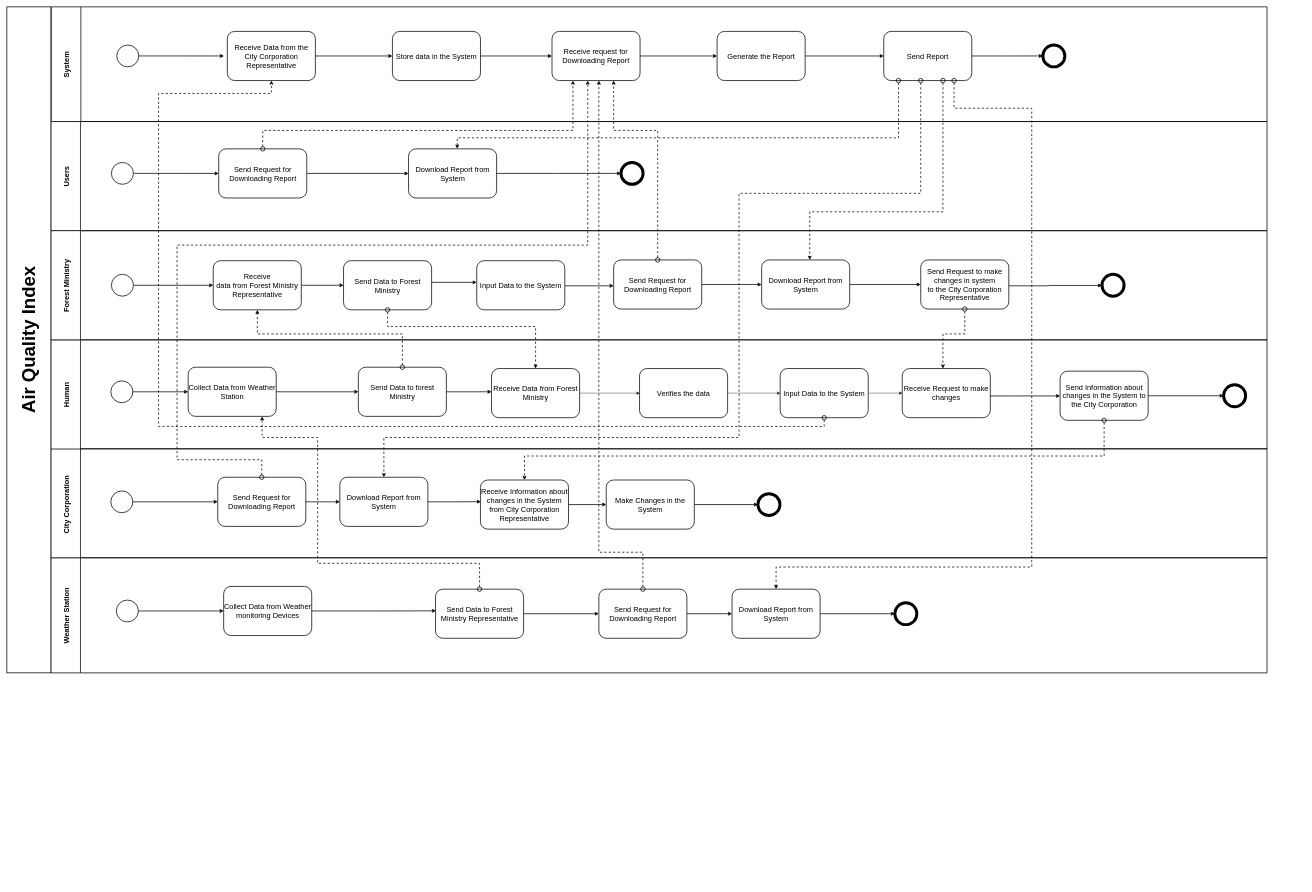
Before: BPMN_AS-IS.drawio in zorojuro75/CSE303-sec-03-Group-03, a draw.io diagram. Source tidied: cells renumbered, new cells numbered last; positions are measured from the earlier drawing's top-left corner, leaving out a move shared by most shapes. Both pictures are drawn from the tidied source at 37%, with x=0, y=0 at pixel (7, 7).
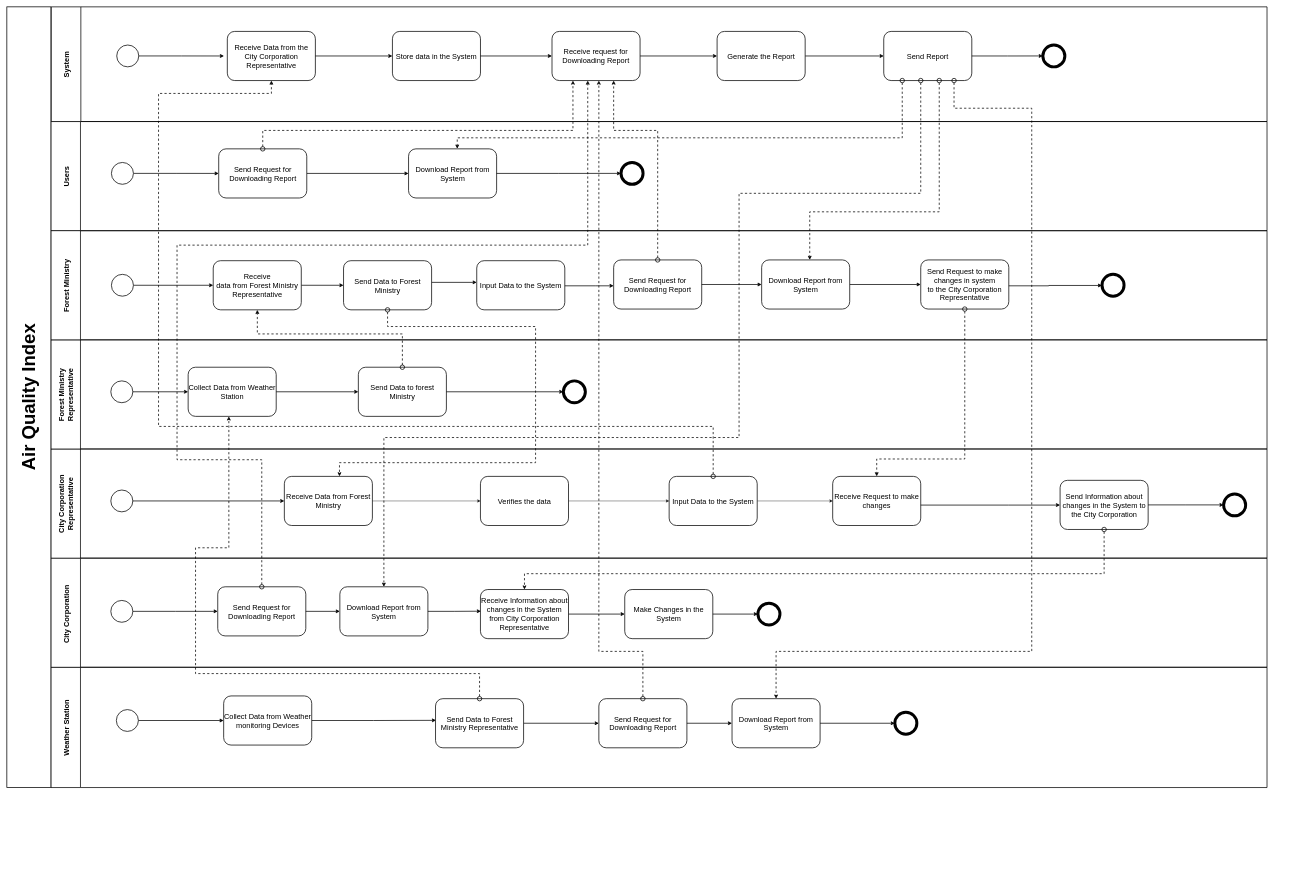
Above is the later version.

Unchanged cells that the change refers to:
```xml
<mxCell id="2" style="group;horizontal=0;" parent="1" vertex="1">
  <mxGeometry y="10" width="3510" height="2360" as="geometry" />
</mxCell>
<mxCell id="7" value="&lt;span style=&quot;font-size: 20px;&quot;&gt;Download Report from System&lt;/span&gt;" style="rounded=1;whiteSpace=wrap;html=1;strokeWidth=2;" parent="3" vertex="1">
  <mxGeometry x="966.7" y="73.8" width="238" height="132.8" as="geometry" />
</mxCell>
<mxCell id="11" style="group;strokeWidth=2;" parent="2" vertex="1">
  <mxGeometry x="119" y="595" width="3391" height="1770" as="geometry" />
</mxCell>
<mxCell id="13" style="group;strokeWidth=2;" parent="12" vertex="1">
  <mxGeometry width="3331.5" height="1475" as="geometry" />
</mxCell>
<mxCell id="20" value="&lt;font style=&quot;font-size: 20px;&quot;&gt;Send Data to Forest Ministry Representative&lt;/font&gt;" style="rounded=1;whiteSpace=wrap;html=1;strokeWidth=2;" parent="14" vertex="1">
  <mxGeometry x="1039.6" y="84.8" width="238" height="132.8" as="geometry" />
</mxCell>
<mxCell id="21" value="&lt;font style=&quot;font-size: 20px;&quot;&gt;Download Report from System&lt;/font&gt;" style="rounded=1;whiteSpace=wrap;html=1;strokeWidth=2;" parent="14" vertex="1">
  <mxGeometry x="1841" y="84.8" width="238" height="132.8" as="geometry" />
</mxCell>
<mxCell id="23" value="&lt;font style=&quot;font-size: 20px;&quot;&gt;Send Request for Downloading Report&lt;/font&gt;" style="rounded=1;whiteSpace=wrap;html=1;strokeWidth=2;" parent="14" vertex="1">
  <mxGeometry x="1481" y="84.8" width="238" height="132.8" as="geometry" />
</mxCell>
<mxCell id="32" value="&lt;font style=&quot;font-size: 20px;&quot;&gt;Receive Information about changes in the System from City Corporation Representative&lt;/font&gt;" style="rounded=1;whiteSpace=wrap;html=1;strokeWidth=2;" parent="26" vertex="1">
  <mxGeometry x="1161" y="84.8" width="238" height="132.8" as="geometry" />
</mxCell>
<mxCell id="39" style="strokeWidth=2;html=1;shape=mxgraph.flowchart.start_2;whiteSpace=wrap;" parent="38" vertex="1">
  <mxGeometry x="162" y="110.9" width="59.5" height="59" as="geometry" />
</mxCell>
<mxCell id="46" value="&lt;font style=&quot;font-size: 20px;&quot;&gt;Send Information about changes in the System to the City Corporation&lt;/font&gt;" style="rounded=1;whiteSpace=wrap;html=1;strokeWidth=2;" parent="38" vertex="1">
  <mxGeometry x="2727.6" y="84.7" width="238" height="132.8" as="geometry" />
</mxCell>
<mxCell id="63" value="&lt;font style=&quot;font-size: 20px;&quot;&gt;Send Data to Forest Ministry&lt;/font&gt;" style="rounded=1;whiteSpace=wrap;html=1;strokeWidth=2;" parent="58" vertex="1">
  <mxGeometry x="791" y="81.1" width="238" height="132.8" as="geometry" />
</mxCell>
<mxCell id="65" value="&lt;span style=&quot;font-size: 20px;&quot;&gt;Receive&lt;br&gt;data from Forest Ministry Representative&lt;/span&gt;" style="rounded=1;whiteSpace=wrap;html=1;strokeWidth=2;" parent="58" vertex="1">
  <mxGeometry x="438.8" y="81.1" width="238" height="132.8" as="geometry" />
</mxCell>
<mxCell id="67" value="&lt;font style=&quot;font-size: 20px;&quot;&gt;Download Report from System&lt;/font&gt;" style="rounded=1;whiteSpace=wrap;html=1;strokeWidth=2;" parent="58" vertex="1">
  <mxGeometry x="1921" y="79" width="238" height="132.8" as="geometry" />
</mxCell>
<mxCell id="71" value="&lt;font style=&quot;font-size: 20px;&quot;&gt;Send Request to make changes in system &lt;br&gt;to the City Corporation Representative&lt;/font&gt;" style="rounded=1;whiteSpace=wrap;html=1;strokeWidth=2;" parent="58" vertex="1">
  <mxGeometry x="2351" y="79" width="238" height="132.8" as="geometry" />
</mxCell>
<mxCell id="81" value="&lt;font style=&quot;font-size: 20px;&quot;&gt;Receive Data from the City Corporation Representative&lt;/font&gt;" style="rounded=1;whiteSpace=wrap;html=1;strokeWidth=2;" parent="77" vertex="1">
  <mxGeometry x="475.9" y="66.4" width="238" height="132.8" as="geometry" />
</mxCell>
<mxCell id="84" value="&lt;font style=&quot;font-size: 20px;&quot;&gt;Receive request for Downloading Report&lt;/font&gt;" style="rounded=1;whiteSpace=wrap;html=1;strokeWidth=2;" parent="77" vertex="1">
  <mxGeometry x="1353.4" y="66.4" width="238" height="132.8" as="geometry" />
</mxCell>
<mxCell id="89" value="&lt;span style=&quot;font-size: 20px;&quot;&gt;Send Report&lt;/span&gt;" style="rounded=1;whiteSpace=wrap;html=1;strokeWidth=2;" parent="77" vertex="1">
  <mxGeometry x="2250" y="66.4" width="238" height="132.8" as="geometry" />
</mxCell>
```

What changed in the source:
```diff
@@
     <mxCell id="14" value="Weather Station" style="swimlane;horizontal=0;startSize=80;fillStyle=solid;strokeWidth=2;fontSize=20;fontStyle=1;" parent="13" vertex="1">
-      <mxGeometry y="589" width="3286.9" height="311" as="geometry" />
+      <mxGeometry y="885" width="3286.9" height="325" as="geometry" />
     </mxCell>
@@
     <mxCell id="26" value="City Corporation " style="swimlane;horizontal=0;startSize=80;strokeWidth=2;fontSize=20;" parent="13" vertex="1">
-      <mxGeometry y="294" width="3286.9" height="295" as="geometry" />
+      <mxGeometry y="590" width="3286.9" height="295" as="geometry" />
     </mxCell>
@@
     <mxCell id="34" value="&lt;font style=&quot;font-size: 20px;&quot;&gt;Make Changes in the System&lt;/font&gt;" style="rounded=1;whiteSpace=wrap;html=1;strokeWidth=2;" parent="26" vertex="1">
-      <mxGeometry x="1501" y="84.8" width="238" height="132.8" as="geometry" />
+      <mxGeometry x="1551" y="84.8" width="238" height="132.8" as="geometry" />
     </mxCell>
@@
-    <mxCell id="38" value="Human" style="swimlane;horizontal=0;startSize=80;strokeWidth=2;fontSize=20;" parent="13" vertex="1">
-      <mxGeometry width="3286.9" height="295" as="geometry" />
+    <mxCell id="38" value="City Corporation&#10;Representative" style="swimlane;horizontal=0;startSize=80;strokeWidth=2;fontSize=20;" parent="13" vertex="1">
+      <mxGeometry y="295" width="3286.9" height="295" as="geometry" />
     </mxCell>
@@
-    <mxCell id="40" style="edgeStyle=orthogonalEdgeStyle;rounded=0;jettySize=auto;html=1;entryX=0;entryY=0.5;entryDx=0;entryDy=0;strokeWidth=2;" parent="38" edge="1" source="39" target="41">
+    <mxCell id="40" style="edgeStyle=orthogonalEdgeStyle;rounded=0;jettySize=auto;html=1;strokeWidth=2;" parent="38" edge="1" source="39" target="50">
       <mxGeometry relative="1" as="geometry" />
     </mxCell>
-    <mxCell id="41" value="&lt;font style=&quot;font-size: 20px;&quot;&gt;Collect Data from Weather Station&lt;/font&gt;" style="rounded=1;whiteSpace=wrap;html=1;strokeWidth=2;" parent="38" vertex="1">
-      <mxGeometry x="371" y="74" width="238" height="132.8" as="geometry" />
-    </mxCell>
-    <mxCell id="42" style="edgeStyle=orthogonalEdgeStyle;rounded=0;jettySize=auto;html=1;strokeWidth=2;" parent="38" edge="1" source="41" target="43">
-      <mxGeometry relative="1" as="geometry" />
-    </mxCell>
-    <mxCell id="43" value="&lt;font style=&quot;font-size: 20px;&quot;&gt;Send Data to forest Ministry&lt;/font&gt;" style="rounded=1;whiteSpace=wrap;html=1;strokeWidth=2;" parent="38" vertex="1">
-      <mxGeometry x="831" y="74" width="238" height="132.8" as="geometry" />
-    </mxCell>
     <mxCell id="44" value="&lt;font style=&quot;font-size: 20px;&quot;&gt;Receive Request to make changes&lt;/font&gt;" style="rounded=1;whiteSpace=wrap;html=1;strokeWidth=2;" parent="38" vertex="1">
-      <mxGeometry x="2301" y="77.6" width="238" height="132.8" as="geometry" />
+      <mxGeometry x="2113" y="74" width="238" height="132.8" as="geometry" />
     </mxCell>
-    <mxCell id="45" style="edgeStyle=orthogonalEdgeStyle;rounded=0;jettySize=auto;html=1;strokeWidth=2;" parent="38" edge="1" source="43" target="50">
-      <mxGeometry relative="1" as="geometry">
-        <Array as="points">
-          <mxPoint x="1361" y="154" />
-          <mxPoint x="1361" y="200" />
-        </Array>
-      </mxGeometry>
-    </mxCell>
@@
     <mxCell id="50" value="&lt;span style=&quot;font-size: 20px;&quot;&gt;Receive Data from Forest Ministry&lt;/span&gt;" style="rounded=1;whiteSpace=wrap;html=1;strokeWidth=2;" parent="38" vertex="1">
-      <mxGeometry x="1191" y="77.6" width="238" height="132.8" as="geometry" />
+      <mxGeometry x="631" y="74" width="238" height="132.8" as="geometry" />
     </mxCell>
@@
     <mxCell id="52" value="&lt;span style=&quot;font-size: 20px;&quot;&gt;Verifies the data&lt;/span&gt;" style="rounded=1;whiteSpace=wrap;html=1;strokeWidth=2;" parent="38" vertex="1">
-      <mxGeometry x="1591" y="77.6" width="238" height="132.8" as="geometry" />
+      <mxGeometry x="1161" y="74" width="238" height="132.8" as="geometry" />
     </mxCell>
@@
     <mxCell id="55" value="&lt;span style=&quot;font-size: 20px;&quot;&gt;Input Data to the System&lt;/span&gt;" style="rounded=1;whiteSpace=wrap;html=1;strokeWidth=2;" parent="38" vertex="1">
-      <mxGeometry x="1971" y="77.6" width="238" height="132.8" as="geometry" />
+      <mxGeometry x="1671" y="74" width="238" height="132.8" as="geometry" />
     </mxCell>
     <mxCell id="56" style="edgeStyle=orthogonalEdgeStyle;rounded=0;jettySize=auto;html=1;dashed=1;startArrow=oval;startFill=0;endArrow=classic;endFill=1;strokeWidth=2;startSize=12;" parent="13" edge="1" source="20" target="41">
       <mxGeometry relative="1" as="geometry">
         <Array as="points">
-          <mxPoint x="1159" y="604" />
-          <mxPoint x="721" y="604" />
-          <mxPoint x="721" y="264" />
-          <mxPoint x="571" y="264" />
+          <mxPoint x="1159" y="902" />
+          <mxPoint x="391" y="902" />
+          <mxPoint x="391" y="562" />
+          <mxPoint x="481" y="562" />
         </Array>
       </mxGeometry>
     </mxCell>
     <mxCell id="57" style="edgeStyle=orthogonalEdgeStyle;rounded=0;jettySize=auto;html=1;exitX=0.5;exitY=1;exitDx=0;exitDy=0;dashed=1;startArrow=oval;startFill=0;startSize=12;sourcePerimeterSpacing=0;strokeWidth=2;" parent="13" edge="1" source="46" target="32">
       <mxGeometry relative="1" as="geometry">
         <Array as="points">
-          <mxPoint x="2847" y="314" />
-          <mxPoint x="1280" y="314" />
+          <mxPoint x="2846" y="632" />
+          <mxPoint x="1280" y="632" />
         </Array>
       </mxGeometry>
     </mxCell>
+    <mxCell id="101" value="Forest Ministry&#10;Representative" style="swimlane;horizontal=0;startSize=80;strokeWidth=2;fontSize=20;" parent="13" vertex="1">
+      <mxGeometry width="3286.9" height="295" as="geometry" />
+    </mxCell>
+    <mxCell id="102" style="strokeWidth=2;html=1;shape=mxgraph.flowchart.start_2;whiteSpace=wrap;" parent="101" vertex="1">
+      <mxGeometry x="162" y="110.9" width="59.5" height="59" as="geometry" />
+    </mxCell>
+    <mxCell id="103" style="edgeStyle=orthogonalEdgeStyle;rounded=0;jettySize=auto;html=1;entryX=0;entryY=0.5;entryDx=0;entryDy=0;strokeWidth=2;" parent="101" edge="1" source="102" target="41">
+      <mxGeometry relative="1" as="geometry" />
+    </mxCell>
+    <mxCell id="41" value="&lt;font style=&quot;font-size: 20px;&quot;&gt;Collect Data from Weather Station&lt;/font&gt;" style="rounded=1;whiteSpace=wrap;html=1;strokeWidth=2;" parent="101" vertex="1">
+      <mxGeometry x="371" y="74" width="238" height="132.8" as="geometry" />
+    </mxCell>
+    <mxCell id="42" style="edgeStyle=orthogonalEdgeStyle;rounded=0;jettySize=auto;html=1;strokeWidth=2;" parent="101" edge="1" source="41" target="43">
+      <mxGeometry relative="1" as="geometry" />
+    </mxCell>
+    <mxCell id="43" value="&lt;font style=&quot;font-size: 20px;&quot;&gt;Send Data to forest Ministry&lt;/font&gt;" style="rounded=1;whiteSpace=wrap;html=1;strokeWidth=2;" parent="101" vertex="1">
+      <mxGeometry x="831" y="74" width="238" height="132.8" as="geometry" />
+    </mxCell>
+    <mxCell id="104" style="strokeWidth=8;html=1;shape=mxgraph.flowchart.start_2;whiteSpace=wrap;" parent="101" vertex="1">
+      <mxGeometry x="1385.1" y="110.9" width="59.5" height="59" as="geometry" />
+    </mxCell>
+    <mxCell id="105" style="edgeStyle=orthogonalEdgeStyle;rounded=0;jettySize=auto;html=1;strokeWidth=2;" parent="101" edge="1" source="43" target="104">
+      <mxGeometry relative="1" as="geometry" />
+    </mxCell>
@@
-    <mxCell id="74" style="edgeStyle=orthogonalEdgeStyle;rounded=0;jettySize=auto;html=1;exitX=0.5;exitY=0;exitDx=0;exitDy=0;dashed=1;startArrow=oval;startFill=0;startSize=12;sourcePerimeterSpacing=0;strokeWidth=2;" parent="11" edge="1" source="43" target="65">
+    <mxCell id="74" style="edgeStyle=orthogonalEdgeStyle;rounded=0;jettySize=auto;html=1;dashed=1;startArrow=oval;startFill=0;startSize=12;sourcePerimeterSpacing=0;strokeWidth=2;" parent="11" edge="1" source="43" target="65">
       <mxGeometry relative="1" as="geometry">
         <Array as="points">
           <mxPoint x="950" y="279" />
           <mxPoint x="558" y="279" />
         </Array>
       </mxGeometry>
     </mxCell>
     <mxCell id="75" style="edgeStyle=orthogonalEdgeStyle;rounded=0;jettySize=auto;html=1;exitX=0.5;exitY=1;exitDx=0;exitDy=0;dashed=1;startArrow=oval;startFill=0;startSize=12;sourcePerimeterSpacing=0;strokeWidth=2;" parent="11" edge="1" source="71" target="44">
       <mxGeometry relative="1" as="geometry">
         <Array as="points">
-          <mxPoint x="2470" y="279" />
-          <mxPoint x="2411" y="279" />
+          <mxPoint x="2470" y="617" />
+          <mxPoint x="2232" y="617" />
         </Array>
       </mxGeometry>
     </mxCell>
     <mxCell id="76" style="edgeStyle=orthogonalEdgeStyle;rounded=0;jettySize=auto;html=1;exitX=0.5;exitY=1;exitDx=0;exitDy=0;dashed=1;strokeWidth=2;startArrow=oval;startFill=0;startSize=12;" parent="11" edge="1" source="63" target="50">
       <mxGeometry relative="1" as="geometry">
         <Array as="points">
           <mxPoint x="910" y="259" />
           <mxPoint x="1310" y="259" />
+          <mxPoint x="1310" y="627" />
+          <mxPoint x="780" y="627" />
         </Array>
       </mxGeometry>
     </mxCell>
@@
     <mxCell id="92" style="edgeStyle=orthogonalEdgeStyle;rounded=0;jettySize=auto;html=1;entryX=0.553;entryY=-0.003;entryDx=0;entryDy=0;entryPerimeter=0;dashed=1;startArrow=oval;startFill=0;endArrow=classic;endFill=1;strokeWidth=2;startSize=12;" parent="2" edge="1" source="89" target="7">
       <mxGeometry relative="1" as="geometry">
         <Array as="points">
-          <mxPoint x="2410" y="344" />
+          <mxPoint x="2420" y="344" />
           <mxPoint x="1217" y="344" />
         </Array>
       </mxGeometry>
     </mxCell>
     <mxCell id="93" value="&lt;b style=&quot;background-color: initial; font-size: 50px;&quot;&gt;&lt;font style=&quot;font-size: 50px;&quot;&gt;Air Quality Index&lt;/font&gt;&lt;/b&gt;" style="rounded=180&#10;;whiteSpace=wrap;html=1;fontFamily=Helvetica;fontSize=50;fontColor=default;strokeWidth=2;verticalAlign=middle;horizontal=0;" parent="2" vertex="1">
-      <mxGeometry y="-10" width="119" height="1800" as="geometry" />
+      <mxGeometry y="-10" width="119" height="2110" as="geometry" />
     </mxCell>
@@
     <mxCell id="95" style="edgeStyle=orthogonalEdgeStyle;rounded=0;jettySize=auto;html=1;dashed=1;startArrow=oval;startFill=0;startSize=12;sourcePerimeterSpacing=0;strokeWidth=2;" parent="2" edge="1" source="89" target="67">
       <mxGeometry relative="1" as="geometry">
         <Array as="points">
-          <mxPoint x="2530" y="544" />
+          <mxPoint x="2520" y="544" />
           <mxPoint x="2170" y="544" />
         </Array>
       </mxGeometry>
     </mxCell>
@@
     <mxCell id="98" style="edgeStyle=orthogonalEdgeStyle;rounded=0;jettySize=auto;html=1;exitX=0.5;exitY=0;exitDx=0;exitDy=0;dashed=1;startArrow=oval;startFill=0;startSize=12;sourcePerimeterSpacing=0;strokeWidth=2;" parent="2" edge="1" source="23" target="84">
       <mxGeometry relative="1" as="geometry">
         <Array as="points">
-          <mxPoint x="1719" y="1464" />
-          <mxPoint x="1600" y="1464" />
+          <mxPoint x="1719" y="1732" />
+          <mxPoint x="1600" y="1732" />
         </Array>
       </mxGeometry>
     </mxCell>
     <mxCell id="99" style="edgeStyle=orthogonalEdgeStyle;rounded=0;jettySize=auto;html=1;dashed=1;startArrow=oval;startFill=0;startSize=12;sourcePerimeterSpacing=0;strokeWidth=2;" parent="2" edge="1" source="89" target="21">
       <mxGeometry relative="1" as="geometry">
         <Array as="points">
           <mxPoint x="2560" y="264" />
           <mxPoint x="2770" y="264" />
-          <mxPoint x="2770" y="1504" />
-          <mxPoint x="2079" y="1504" />
+          <mxPoint x="2770" y="1732" />
+          <mxPoint x="2079" y="1732" />
         </Array>
       </mxGeometry>
     </mxCell>
     <mxCell id="100" style="edgeStyle=orthogonalEdgeStyle;rounded=0;jettySize=auto;html=1;dashed=1;startArrow=oval;startFill=0;startSize=12;strokeWidth=2;" parent="2" edge="1" source="55" target="81">
       <mxGeometry relative="1" as="geometry">
         <Array as="points">
-          <mxPoint x="2209" y="1124" />
+          <mxPoint x="1909" y="1124" />
           <mxPoint x="410" y="1124" />
           <mxPoint x="410" y="224" />
           <mxPoint x="715" y="224" />
         </Array>
       </mxGeometry>
     </mxCell>
```
